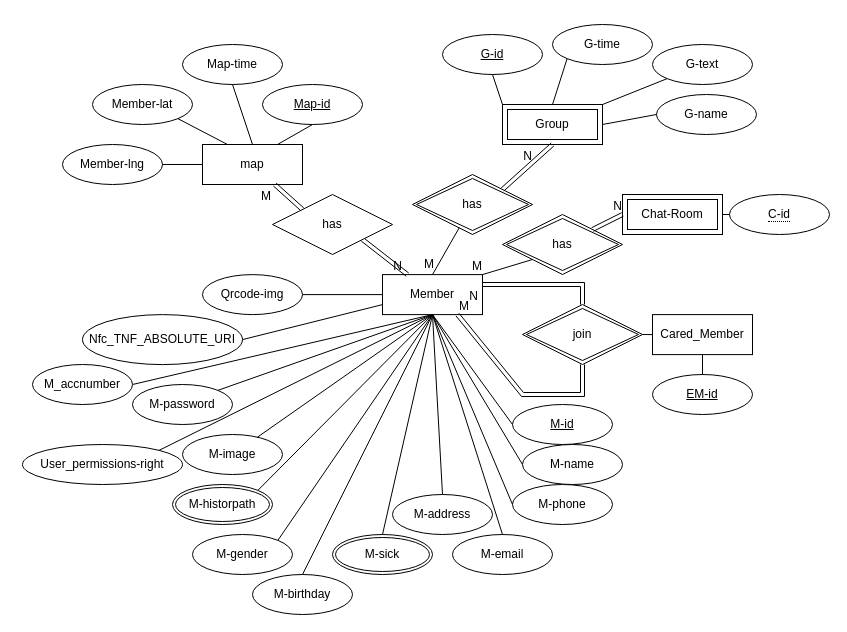
Earlier version of the draw.io diagram page "ER-Mod" (3 of 3) of Untitled Diagram.drawio (may900620/codepanimg). Source tidied: cells renumbered, new cells numbered last; positions are measured from the earlier drawing's top-left corner, leaving out a move shared by most shapes. Both pictures are drawn from the tidied source at 100%, with x=0, y=0 at pixel (22, 24).
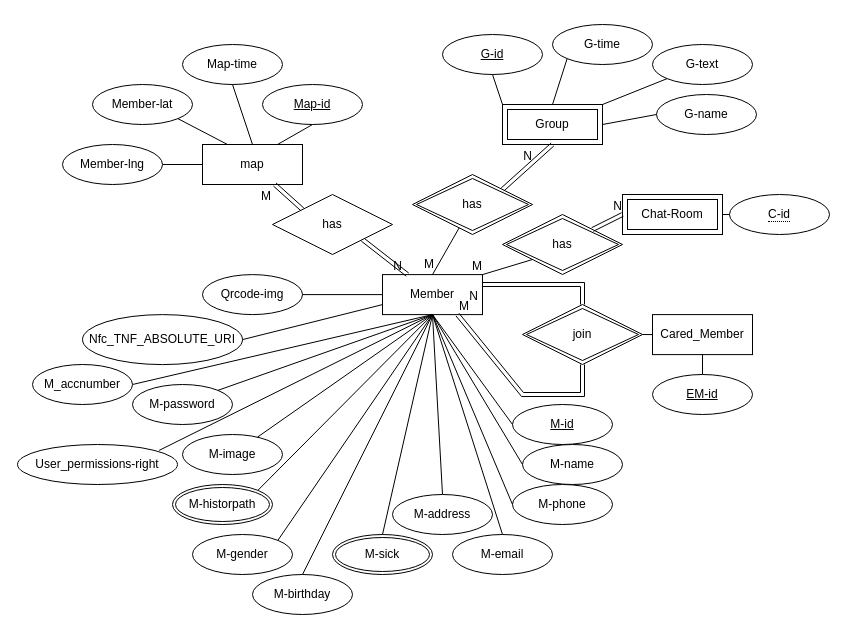
After the change.

Unchanged cells that the change refers to:
```xml
<mxCell id="3" value="Member" style="whiteSpace=wrap;html=1;align=center;" parent="1" vertex="1">
  <mxGeometry x="360" y="250.1" width="100" height="40" as="geometry" />
</mxCell>
```

Diff of the diagram source:
```diff
@@
     <mxCell id="25" value="User_permissions-right" style="ellipse;whiteSpace=wrap;html=1;align=center;gradientColor=none;" parent="1" vertex="1">
-      <mxGeometry y="420" width="160" height="40" as="geometry" />
+      <mxGeometry x="-5" y="420" width="160" height="40" as="geometry" />
     </mxCell>
@@
-    <mxCell id="28" style="endArrow=none;html=1;rounded=0;entryX=1;entryY=0;entryDx=0;entryDy=0;exitX=0.5;exitY=1;exitDx=0;exitDy=0;" parent="1" edge="1" source="3" target="25">
-      <mxGeometry relative="1" as="geometry" />
+    <mxCell id="28" style="endArrow=none;html=1;rounded=0;entryX=1;entryY=0;entryDx=0;entryDy=0;exitX=0.5;exitY=1;exitDx=0;exitDy=0;" parent="1" edge="1" source="3">
+      <mxGeometry relative="1" as="geometry">
+        <mxPoint x="136.6" y="425.9" as="targetPoint" />
+      </mxGeometry>
     </mxCell>
```
